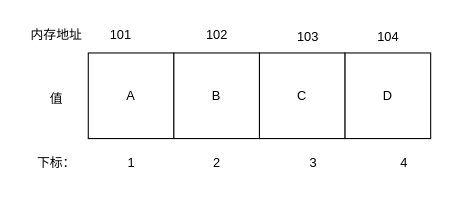
Above: 数组.drawio in qiuquanhui/images (draw.io), before the change. Source tidied: cells renumbered, new cells numbered last; positions are measured from the earlier drawing's top-left corner, leaving out a move shared by most shapes. Both pictures are drawn from the tidied source at 107%, with x=0, y=0 at pixel (18, 18).
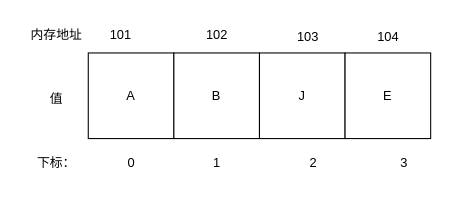
The same page after the edit.

The edit, as a diff of the source:
```diff
@@
 <mxGraphModel>
   <root>
     <mxCell id="0" />
     <mxCell id="1" parent="0" />
     <mxCell id="2" value="A" style="whiteSpace=wrap;html=1;" parent="1" vertex="1">
       <mxGeometry x="65" y="32" width="80" height="80" as="geometry" />
     </mxCell>
     <mxCell id="3" value="B" style="whiteSpace=wrap;html=1;" parent="1" vertex="1">
       <mxGeometry x="145" y="32" width="80" height="80" as="geometry" />
     </mxCell>
-    <mxCell id="4" value="C" style="whiteSpace=wrap;html=1;" parent="1" vertex="1">
+    <mxCell id="4" value="J" style="whiteSpace=wrap;html=1;" parent="1" vertex="1">
       <mxGeometry x="225" y="32" width="80" height="80" as="geometry" />
     </mxCell>
-    <mxCell id="5" value="D" style="whiteSpace=wrap;html=1;" parent="1" vertex="1">
+    <mxCell id="5" value="E" style="whiteSpace=wrap;html=1;" parent="1" vertex="1">
       <mxGeometry x="305" y="32" width="80" height="80" as="geometry" />
     </mxCell>
     <mxCell id="6" value="下标：" style="text;html=1;align=center;verticalAlign=middle;strokeColor=none;fillColor=none;" parent="1" vertex="1">
       <mxGeometry x="5" y="120" width="60" height="30" as="geometry" />
     </mxCell>
-    <mxCell id="7" value="1" style="text;html=1;align=center;verticalAlign=middle;strokeColor=none;fillColor=none;" parent="1" vertex="1">
+    <mxCell id="7" value="0" style="text;html=1;align=center;verticalAlign=middle;strokeColor=none;fillColor=none;" parent="1" vertex="1">
       <mxGeometry x="90" y="120" width="30" height="30" as="geometry" />
     </mxCell>
-    <mxCell id="8" value="2" style="text;html=1;align=center;verticalAlign=middle;strokeColor=none;fillColor=none;" parent="1" vertex="1">
+    <mxCell id="8" value="1" style="text;html=1;align=center;verticalAlign=middle;strokeColor=none;fillColor=none;" parent="1" vertex="1">
       <mxGeometry x="170" y="120" width="30" height="30" as="geometry" />
     </mxCell>
-    <mxCell id="9" value="3" style="text;html=1;align=center;verticalAlign=middle;strokeColor=none;fillColor=none;" parent="1" vertex="1">
+    <mxCell id="9" value="2" style="text;html=1;align=center;verticalAlign=middle;strokeColor=none;fillColor=none;" parent="1" vertex="1">
       <mxGeometry x="260" y="120" width="30" height="30" as="geometry" />
     </mxCell>
-    <mxCell id="10" value="4" style="text;html=1;align=center;verticalAlign=middle;strokeColor=none;fillColor=none;" parent="1" vertex="1">
+    <mxCell id="10" value="3" style="text;html=1;align=center;verticalAlign=middle;strokeColor=none;fillColor=none;" parent="1" vertex="1">
       <mxGeometry x="345" y="120" width="30" height="30" as="geometry" />
     </mxCell>
     <mxCell id="11" value="值" style="text;html=1;align=center;verticalAlign=middle;strokeColor=none;fillColor=none;" parent="1" vertex="1">
       <mxGeometry x="15" y="60" width="40" height="30" as="geometry" />
     </mxCell>
     <mxCell id="12" value="内存地址" style="text;html=1;align=center;verticalAlign=middle;strokeColor=none;fillColor=none;" parent="1" vertex="1">
       <mxGeometry width="70" height="30" as="geometry" />
     </mxCell>
     <mxCell id="13" value="101" style="text;html=1;align=center;verticalAlign=middle;strokeColor=none;fillColor=none;" parent="1" vertex="1">
       <mxGeometry x="75" width="40" height="30" as="geometry" />
     </mxCell>
     <mxCell id="14" value="102" style="text;html=1;align=center;verticalAlign=middle;strokeColor=none;fillColor=none;" parent="1" vertex="1">
       <mxGeometry x="165" width="40" height="30" as="geometry" />
     </mxCell>
     <mxCell id="15" value="103" style="text;html=1;align=center;verticalAlign=middle;strokeColor=none;fillColor=none;" parent="1" vertex="1">
       <mxGeometry x="250" y="2" width="40" height="30" as="geometry" />
     </mxCell>
     <mxCell id="16" value="104" style="text;html=1;align=center;verticalAlign=middle;strokeColor=none;fillColor=none;" parent="1" vertex="1">
       <mxGeometry x="325" y="2" width="40" height="30" as="geometry" />
     </mxCell>
   </root>
 </mxGraphModel>
```
